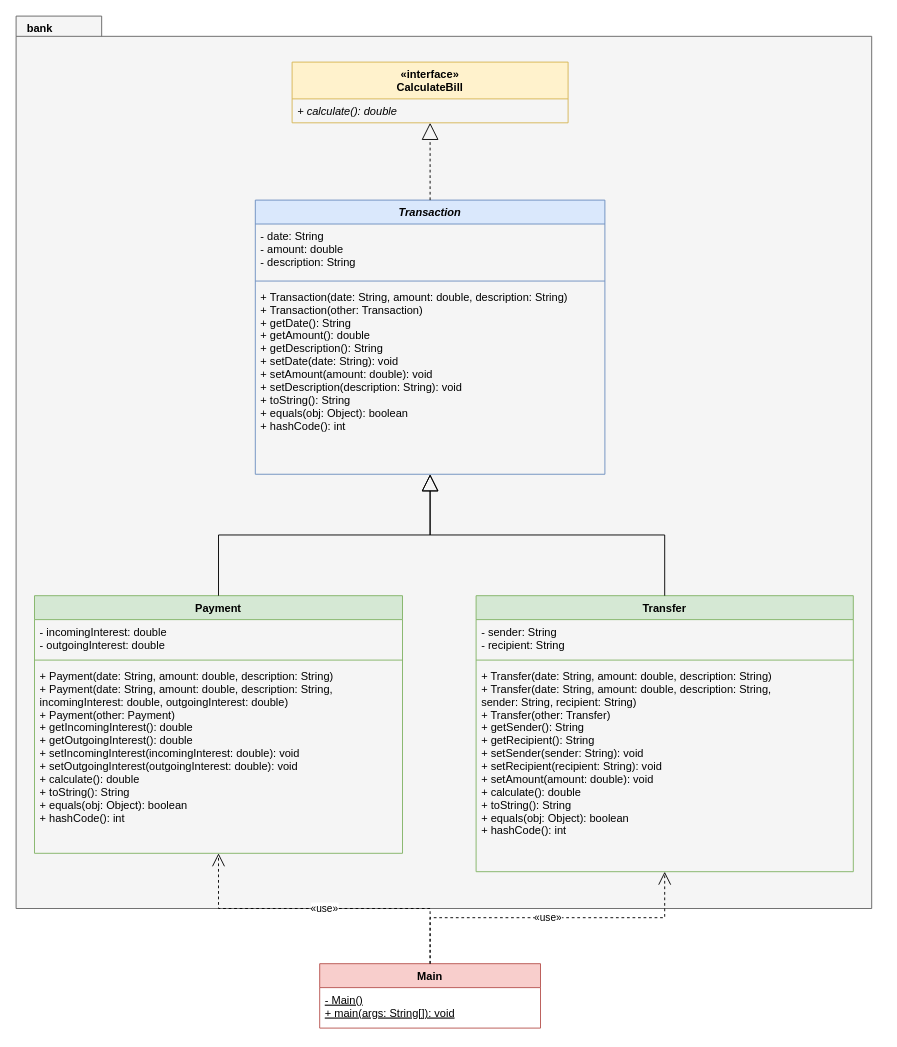
This is Praktikum 2/UML_Bank.drawio from ChakourNord/OOS, a draw.io file, before an edit. Source tidied: cells renumbered, new cells numbered last; positions are measured from the earlier drawing's top-left corner, leaving out a move shared by most shapes. Both pictures are drawn from the tidied source at 92%, with x=0, y=0 at pixel (16, 16).
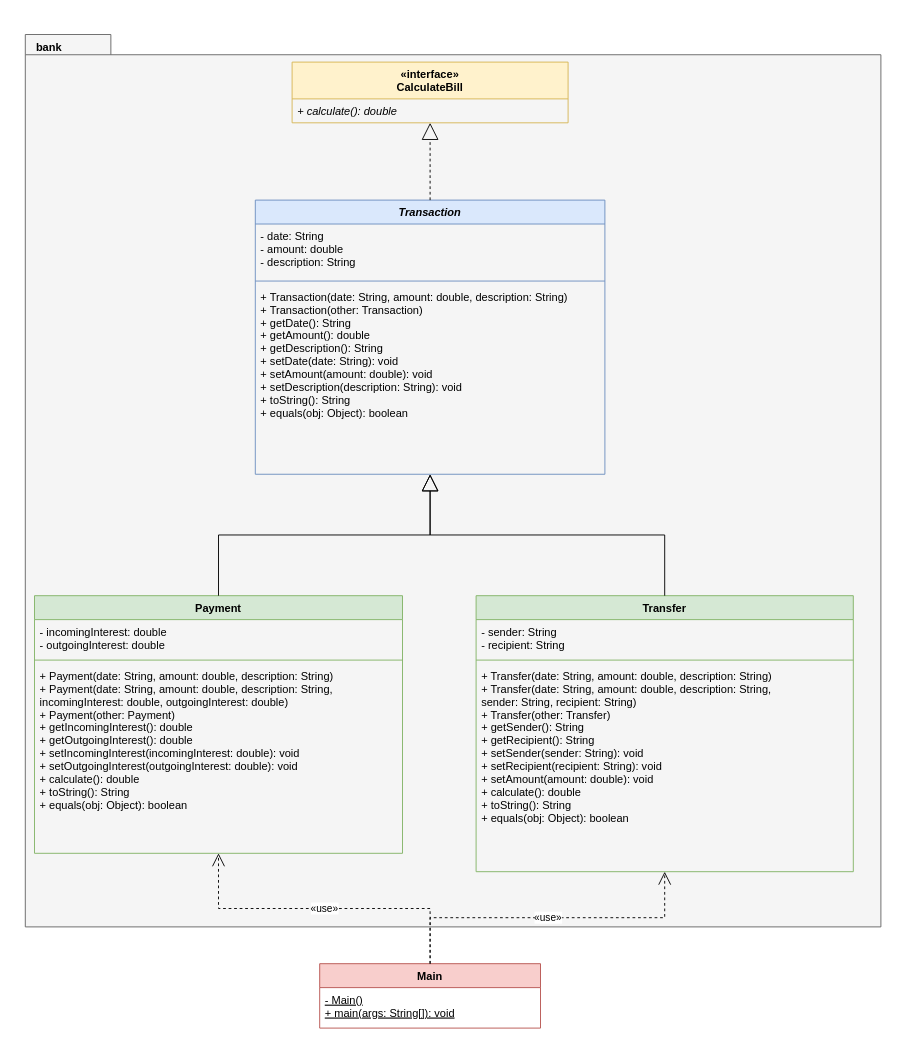
The same diagram, later.

Unchanged cells that the change refers to:
```xml
<mxCell id="5" value="Transaction" style="swimlane;fontStyle=3;align=center;verticalAlign=top;horizontal=1;startSize=26;fillColor=#dae8fc;strokeColor=#6c8ebf;" parent="1" vertex="1">
  <mxGeometry x="260" y="200" width="380" height="298" as="geometry" />
</mxCell>
<mxCell id="9" value="Payment" style="swimlane;fontStyle=1;align=center;verticalAlign=top;horizontal=1;startSize=26;fillColor=#d5e8d4;strokeColor=#82b366;" parent="1" vertex="1">
  <mxGeometry x="20" y="630" width="400" height="280" as="geometry" />
</mxCell>
<mxCell id="13" value="Transfer" style="swimlane;fontStyle=1;align=center;verticalAlign=top;horizontal=1;startSize=26;fillColor=#d5e8d4;strokeColor=#82b366;" parent="1" vertex="1">
  <mxGeometry x="500" y="630" width="410" height="300" as="geometry" />
</mxCell>
```

What changed in the source:
```diff
@@
     <mxCell id="2" value="bank" style="shape=folder;fontStyle=1;tabWidth=80;tabHeight=22;tabPosition=left;html=1;whiteSpace=wrap;verticalAlign=top;align=left;spacingLeft=10;fillColor=#f5f5f5;strokeColor=#666666;dashed=0;" parent="1" vertex="1">
-      <mxGeometry width="930" height="970" as="geometry" />
+      <mxGeometry x="10" y="20" width="930" height="970" as="geometry" />
     </mxCell>
@@
-    <mxCell id="8" value="+ Transaction(date: String, amount: double, description: String)&#10;+ Transaction(other: Transaction)&#10;+ getDate(): String&#10;+ getAmount(): double&#10;+ getDescription(): String&#10;+ setDate(date: String): void&#10;+ setAmount(amount: double): void&#10;+ setDescription(description: String): void&#10;+ toString(): String&#10;+ equals(obj: Object): boolean&#10;+ hashCode(): int" style="text;strokeColor=none;fillColor=none;align=left;verticalAlign=top;spacingLeft=4;spacingRight=4;overflow=hidden;" parent="5" vertex="1">
+    <mxCell id="8" value="+ Transaction(date: String, amount: double, description: String)&#10;+ Transaction(other: Transaction)&#10;+ getDate(): String&#10;+ getAmount(): double&#10;+ getDescription(): String&#10;+ setDate(date: String): void&#10;+ setAmount(amount: double): void&#10;+ setDescription(description: String): void&#10;+ toString(): String&#10;+ equals(obj: Object): boolean&#10;" style="text;strokeColor=none;fillColor=none;align=left;verticalAlign=top;spacingLeft=4;spacingRight=4;overflow=hidden;" parent="5" vertex="1">
       <mxGeometry y="92" width="380" height="206" as="geometry" />
     </mxCell>
@@
-    <mxCell id="12" value="+ Payment(date: String, amount: double, description: String)&#10;+ Payment(date: String, amount: double, description: String,&#10;      incomingInterest: double, outgoingInterest: double)&#10;+ Payment(other: Payment)&#10;+ getIncomingInterest(): double&#10;+ getOutgoingInterest(): double&#10;+ setIncomingInterest(incomingInterest: double): void&#10;+ setOutgoingInterest(outgoingInterest: double): void&#10;+ calculate(): double&#10;+ toString(): String&#10;+ equals(obj: Object): boolean&#10;+ hashCode(): int" style="text;strokeColor=none;fillColor=none;align=left;verticalAlign=top;spacingLeft=4;spacingRight=4;overflow=hidden;" parent="9" vertex="1">
+    <mxCell id="12" value="+ Payment(date: String, amount: double, description: String)&#10;+ Payment(date: String, amount: double, description: String,&#10;      incomingInterest: double, outgoingInterest: double)&#10;+ Payment(other: Payment)&#10;+ getIncomingInterest(): double&#10;+ getOutgoingInterest(): double&#10;+ setIncomingInterest(incomingInterest: double): void&#10;+ setOutgoingInterest(outgoingInterest: double): void&#10;+ calculate(): double&#10;+ toString(): String&#10;+ equals(obj: Object): boolean&#10;" style="text;strokeColor=none;fillColor=none;align=left;verticalAlign=top;spacingLeft=4;spacingRight=4;overflow=hidden;" parent="9" vertex="1">
       <mxGeometry y="74" width="400" height="206" as="geometry" />
     </mxCell>
@@
-    <mxCell id="16" value="+ Transfer(date: String, amount: double, description: String)&#10;+ Transfer(date: String, amount: double, description: String,&#10;      sender: String, recipient: String)&#10;+ Transfer(other: Transfer)&#10;+ getSender(): String&#10;+ getRecipient(): String&#10;+ setSender(sender: String): void&#10;+ setRecipient(recipient: String): void&#10;+ setAmount(amount: double): void&#10;+ calculate(): double&#10;+ toString(): String&#10;+ equals(obj: Object): boolean&#10;+ hashCode(): int" style="text;strokeColor=none;fillColor=none;align=left;verticalAlign=top;spacingLeft=4;spacingRight=4;overflow=hidden;" parent="13" vertex="1">
+    <mxCell id="16" value="+ Transfer(date: String, amount: double, description: String)&#10;+ Transfer(date: String, amount: double, description: String,&#10;      sender: String, recipient: String)&#10;+ Transfer(other: Transfer)&#10;+ getSender(): String&#10;+ getRecipient(): String&#10;+ setSender(sender: String): void&#10;+ setRecipient(recipient: String): void&#10;+ setAmount(amount: double): void&#10;+ calculate(): double&#10;+ toString(): String&#10;+ equals(obj: Object): boolean&#10;" style="text;strokeColor=none;fillColor=none;align=left;verticalAlign=top;spacingLeft=4;spacingRight=4;overflow=hidden;" parent="13" vertex="1">
       <mxGeometry y="74" width="410" height="226" as="geometry" />
     </mxCell>
```
